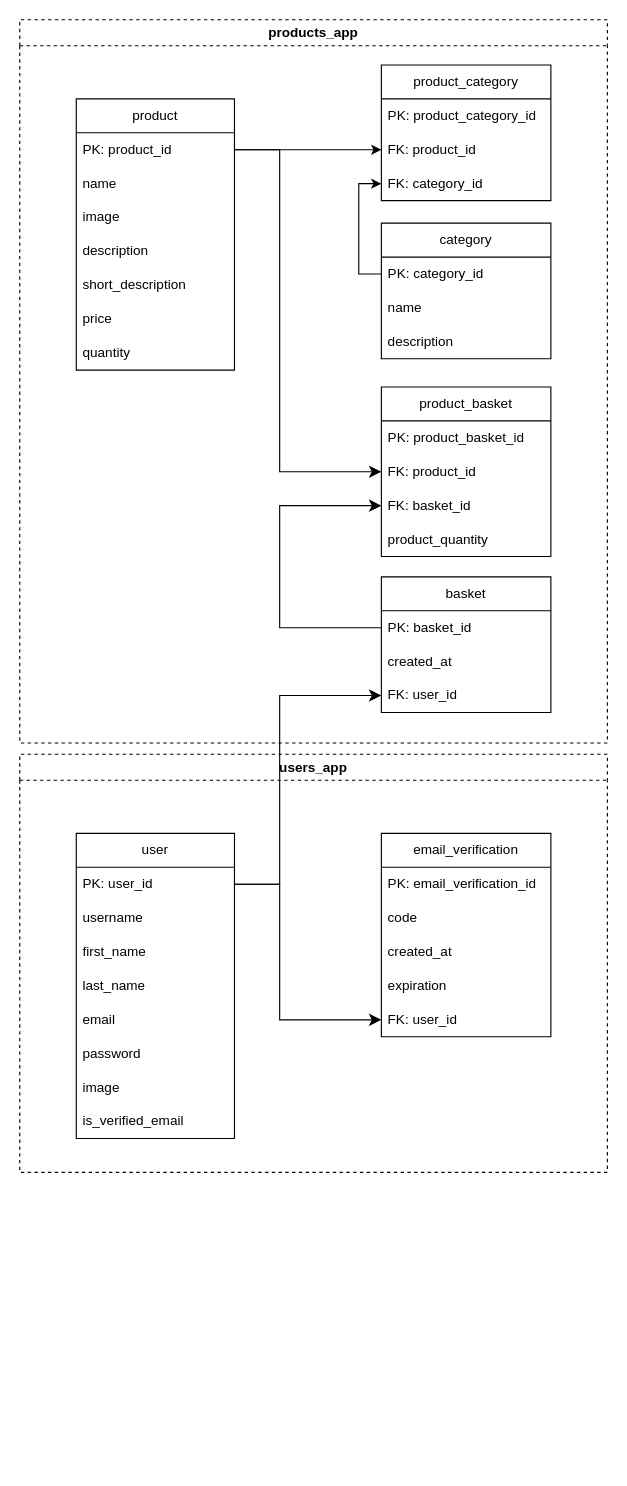
Above: store_db.drawio in sharvadim07/django-store (draw.io), before the change. Source tidied: cells renumbered, new cells numbered last; positions are measured from the earlier drawing's top-left corner, leaving out a move shared by most shapes. Both pictures are drawn from the tidied source at 113%, with x=0, y=0 at pixel (19, 19).
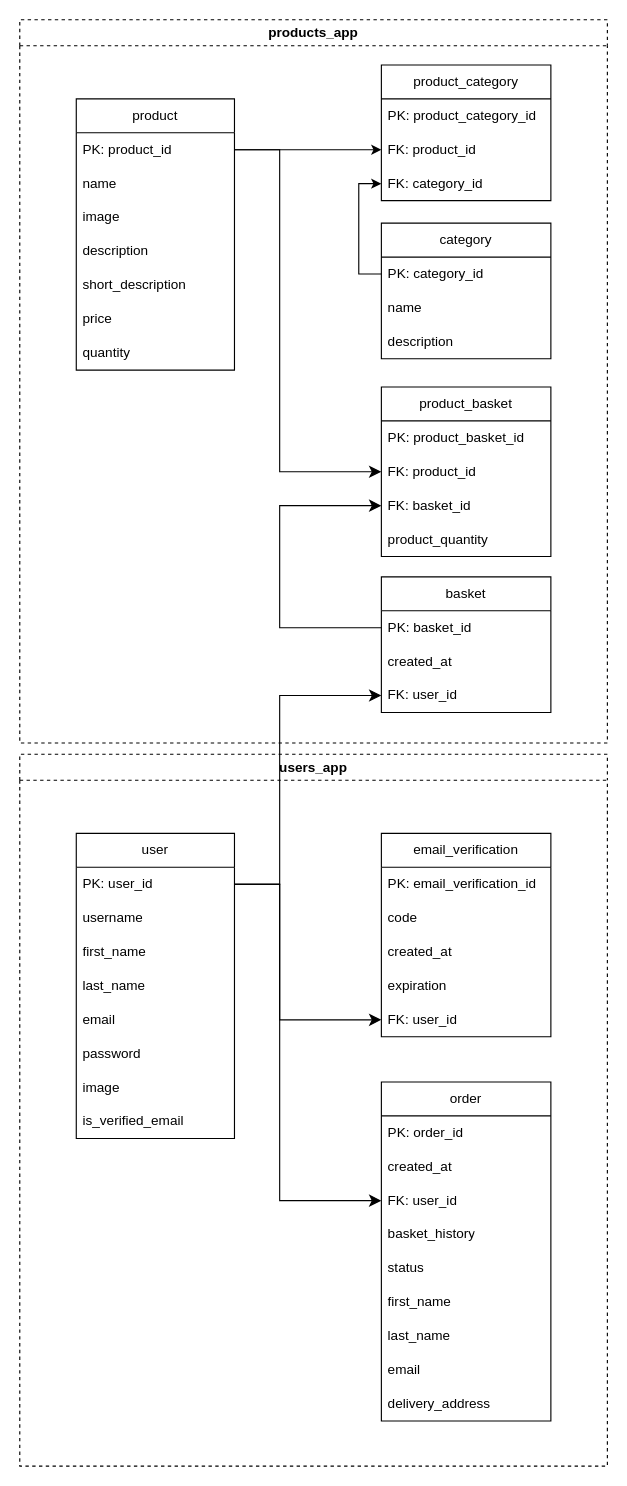
The same page after the edit.

Unchanged cells that the change refers to:
```xml
<mxCell id="33" value="PK: user_id" style="text;strokeColor=none;fillColor=none;align=left;verticalAlign=middle;spacingLeft=4;spacingRight=4;overflow=hidden;points=[[0,0.5],[1,0.5]];portConstraint=eastwest;whiteSpace=wrap;html=1;" parent="32" vertex="1">
  <mxGeometry y="30" width="140" height="30" as="geometry" />
</mxCell>
```

Change to the diagram source:
```diff
@@
     <mxCell id="2" value="users_app" style="swimlane;whiteSpace=wrap;html=1;dashed=1;" parent="1" vertex="1">
-      <mxGeometry y="650" width="520" height="370" as="geometry" />
+      <mxGeometry y="650" width="520" height="630" as="geometry" />
     </mxCell>
@@
+    <mxCell id="50" value="order" style="swimlane;fontStyle=0;horizontal=1;startSize=30;whiteSpace=wrap;html=1;" parent="2" vertex="1">
+      <mxGeometry x="320" y="290" width="150" height="300" as="geometry" />
+    </mxCell>
+    <mxCell id="51" value="PK: order_id" style="text;strokeColor=none;fillColor=none;align=left;verticalAlign=middle;spacingLeft=4;spacingRight=4;overflow=hidden;whiteSpace=wrap;html=1;" parent="50" vertex="1">
+      <mxGeometry y="30" width="150" height="30" as="geometry" />
+    </mxCell>
+    <mxCell id="52" value="created_at" style="text;strokeColor=none;fillColor=none;align=left;verticalAlign=middle;spacingLeft=4;spacingRight=4;overflow=hidden;whiteSpace=wrap;html=1;" parent="50" vertex="1">
+      <mxGeometry y="60" width="150" height="30" as="geometry" />
+    </mxCell>
+    <mxCell id="53" value="FK: user_id" style="text;strokeColor=none;fillColor=none;align=left;verticalAlign=middle;spacingLeft=4;spacingRight=4;overflow=hidden;points=[[0,0.5],[1,0.5]];portConstraint=eastwest;whiteSpace=wrap;html=1;" parent="50" vertex="1">
+      <mxGeometry y="90" width="150" height="30" as="geometry" />
+    </mxCell>
+    <mxCell id="54" value="basket_history" style="text;strokeColor=none;fillColor=none;align=left;verticalAlign=middle;spacingLeft=4;spacingRight=4;overflow=hidden;whiteSpace=wrap;html=1;" parent="50" vertex="1">
+      <mxGeometry y="120" width="150" height="30" as="geometry" />
+    </mxCell>
+    <mxCell id="55" value="status" style="text;strokeColor=none;fillColor=none;align=left;verticalAlign=middle;spacingLeft=4;spacingRight=4;overflow=hidden;whiteSpace=wrap;html=1;" parent="50" vertex="1">
+      <mxGeometry y="150" width="150" height="30" as="geometry" />
+    </mxCell>
+    <mxCell id="56" value="first_name" style="text;strokeColor=none;fillColor=none;align=left;verticalAlign=middle;spacingLeft=4;spacingRight=4;overflow=hidden;whiteSpace=wrap;html=1;" parent="50" vertex="1">
+      <mxGeometry y="180" width="150" height="30" as="geometry" />
+    </mxCell>
+    <mxCell id="57" value="last_name" style="text;strokeColor=none;fillColor=none;align=left;verticalAlign=middle;spacingLeft=4;spacingRight=4;overflow=hidden;whiteSpace=wrap;html=1;" parent="50" vertex="1">
+      <mxGeometry y="210" width="150" height="30" as="geometry" />
+    </mxCell>
+    <mxCell id="58" value="email" style="text;strokeColor=none;fillColor=none;align=left;verticalAlign=middle;spacingLeft=4;spacingRight=4;overflow=hidden;whiteSpace=wrap;html=1;" parent="50" vertex="1">
+      <mxGeometry y="240" width="150" height="30" as="geometry" />
+    </mxCell>
+    <mxCell id="59" value="delivery_address" style="text;strokeColor=none;fillColor=none;align=left;verticalAlign=middle;spacingLeft=4;spacingRight=4;overflow=hidden;whiteSpace=wrap;html=1;" parent="50" vertex="1">
+      <mxGeometry y="270" width="150" height="30" as="geometry" />
+    </mxCell>
@@
+    <mxCell id="60" style="edgeStyle=elbowEdgeStyle;elbow=horizontal;endArrow=classic;html=1;curved=0;rounded=0;endSize=8;startSize=8;entryX=0;entryY=0.5;entryDx=0;entryDy=0;exitX=1;exitY=0.5;exitDx=0;exitDy=0;" parent="1" edge="1" source="33" target="53">
+      <mxGeometry relative="1" as="geometry">
+        <Array as="points">
+          <mxPoint x="230" y="910" />
+          <mxPoint x="240" y="710" />
+        </Array>
+      </mxGeometry>
+    </mxCell>
```
